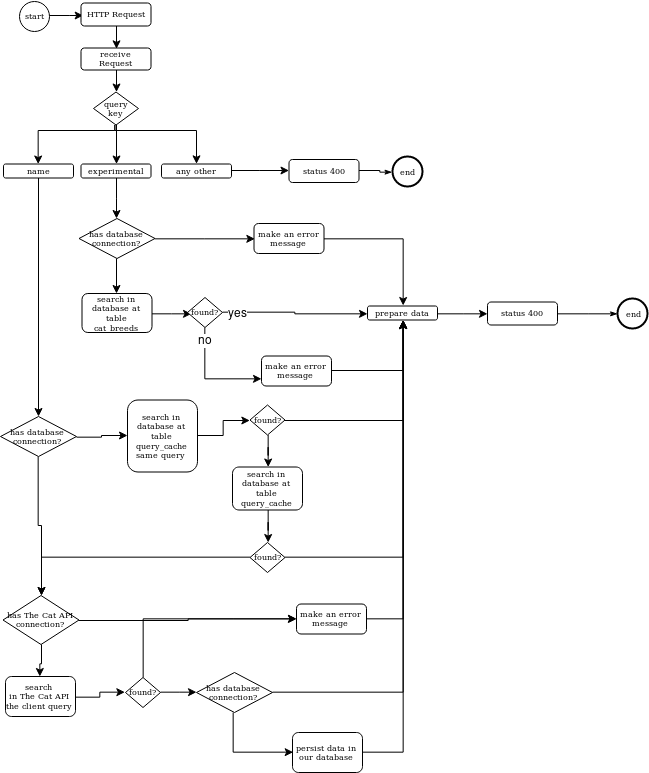
The draw.io diagram architecture/flowchart.png in raulinoneto/cat-breeds, before a commit. Source tidied: cells renumbered, new cells last; positions are measured from the earlier drawing's top-left corner, leaving out a move shared by most shapes.
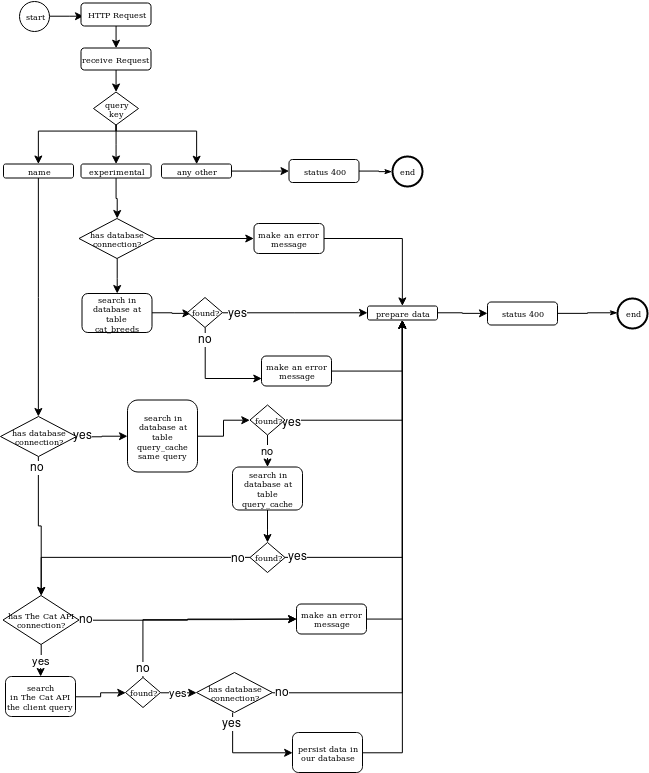
Later version of the same file.

Commit message:
changing flowchart and commenting it in readme file

Diff of the diagram source:
```diff
@@ -106,9 +106,17 @@
     <mxCell id="31" style="edgeStyle=orthogonalEdgeStyle;rounded=0;jettySize=auto;html=1;" parent="1" edge="1" source="33" target="35">
       <mxGeometry relative="1" as="geometry" />
     </mxCell>
+    <mxCell id="68" value="yes" style="text;html=1;align=center;verticalAlign=middle;labelBackgroundColor=#ffffff;" parent="31" vertex="1">
+      <mxGeometry y="19" relative="1" as="geometry">
+        <mxPoint x="-19" y="18" as="offset" />
+      </mxGeometry>
+    </mxCell>
     <mxCell id="32" style="edgeStyle=orthogonalEdgeStyle;rounded=0;jettySize=auto;html=1;" parent="1" edge="1" source="33" target="50">
       <mxGeometry relative="1" as="geometry" />
     </mxCell>
+    <mxCell id="69" value="no" style="text;html=1;align=center;verticalAlign=middle;labelBackgroundColor=#ffffff;" parent="32" vertex="1">
+      <mxGeometry x="-0.86" y="-1" relative="1" as="geometry" />
+    </mxCell>
     <mxCell id="33" value="has database connection?" style="strokeWidth=1;html=1;shape=mxgraph.flowchart.decision;whiteSpace=wrap;rounded=1;shadow=0;labelBackgroundColor=none;fillColor=#ffffff;fontFamily=Verdana;fontSize=8;fontColor=#000000;align=center;" parent="1" vertex="1">
       <mxGeometry y="416" width="76" height="40" as="geometry" />
     </mxCell>
@@ -121,7 +129,10 @@
     <mxCell id="36" style="edgeStyle=orthogonalEdgeStyle;rounded=0;jettySize=auto;html=1;entryX=0.5;entryY=1;entryDx=0;entryDy=0;" parent="1" edge="1" source="38" target="28">
       <mxGeometry relative="1" as="geometry" />
     </mxCell>
+    <mxCell id="70" value="yes" style="text;html=1;align=center;verticalAlign=middle;labelBackgroundColor=#ffffff;" parent="36" vertex="1">
+      <mxGeometry x="-0.93" y="-2" relative="1" as="geometry" />
+    </mxCell>
-    <mxCell id="37" style="edgeStyle=orthogonalEdgeStyle;rounded=0;jettySize=auto;html=1;" parent="1" edge="1" source="38" target="44">
+    <mxCell id="37" value="no" style="edgeStyle=orthogonalEdgeStyle;rounded=0;jettySize=auto;html=1;" parent="1" edge="1" source="38" target="44">
       <mxGeometry relative="1" as="geometry" />
     </mxCell>
     <mxCell id="38" value="found?" style="strokeWidth=1;html=1;shape=mxgraph.flowchart.decision;whiteSpace=wrap;rounded=1;shadow=0;labelBackgroundColor=none;fillColor=#ffffff;fontFamily=Verdana;fontSize=8;fontColor=#000000;align=center;" parent="1" vertex="1">
@@ -148,18 +159,29 @@
     <mxCell id="45" style="edgeStyle=orthogonalEdgeStyle;rounded=0;jettySize=auto;html=1;entryX=0.5;entryY=0;entryDx=0;entryDy=0;entryPerimeter=0;" parent="1" edge="1" source="47" target="50">
       <mxGeometry relative="1" as="geometry" />
     </mxCell>
+    <mxCell id="71" value="no" style="text;html=1;align=center;verticalAlign=middle;labelBackgroundColor=#ffffff;" parent="45" vertex="1">
+      <mxGeometry x="-0.91" y="1" relative="1" as="geometry" />
+    </mxCell>
     <mxCell id="46" style="edgeStyle=orthogonalEdgeStyle;rounded=0;jettySize=auto;html=1;entryX=0.5;entryY=1;entryDx=0;entryDy=0;" parent="1" edge="1" source="47" target="28">
       <mxGeometry relative="1" as="geometry" />
     </mxCell>
+    <mxCell id="72" value="yes" style="text;html=1;align=center;verticalAlign=middle;labelBackgroundColor=#ffffff;" parent="46" vertex="1">
+      <mxGeometry x="-0.93" y="1" relative="1" as="geometry" />
+    </mxCell>
     <mxCell id="47" value="found?" style="strokeWidth=1;html=1;shape=mxgraph.flowchart.decision;whiteSpace=wrap;rounded=1;shadow=0;labelBackgroundColor=none;fillColor=#ffffff;fontFamily=Verdana;fontSize=8;fontColor=#000000;align=center;" parent="1" vertex="1">
       <mxGeometry x="249.5" y="542" width="35" height="30" as="geometry" />
     </mxCell>
-    <mxCell id="48" style="edgeStyle=orthogonalEdgeStyle;rounded=0;jettySize=auto;html=1;" parent="1" edge="1" source="50" target="57">
+    <mxCell id="48" value="yes" style="edgeStyle=orthogonalEdgeStyle;rounded=0;jettySize=auto;html=1;" parent="1" edge="1" source="50" target="57">
       <mxGeometry relative="1" as="geometry" />
     </mxCell>
     <mxCell id="49" style="edgeStyle=orthogonalEdgeStyle;rounded=0;jettySize=auto;html=1;entryX=0;entryY=0.5;entryDx=0;entryDy=0;" parent="1" edge="1" source="50" target="62">
       <mxGeometry relative="1" as="geometry" />
     </mxCell>
+    <mxCell id="73" value="no" style="text;html=1;align=center;verticalAlign=middle;labelBackgroundColor=#ffffff;" parent="49" vertex="1">
+      <mxGeometry y="101" relative="1" as="geometry">
+        <mxPoint x="-101" y="101" as="offset" />
+      </mxGeometry>
+    </mxCell>
     <mxCell id="50" value="has The Cat API connection?" style="strokeWidth=1;html=1;shape=mxgraph.flowchart.decision;whiteSpace=wrap;rounded=1;shadow=0;labelBackgroundColor=none;fillColor=#ffffff;fontFamily=Verdana;fontSize=8;fontColor=#000000;align=center;" parent="1" vertex="1">
       <mxGeometry x="2.5" y="595" width="76" height="49" as="geometry" />
     </mxCell>
@@ -184,7 +206,7 @@
     <mxCell id="57" value="&lt;div&gt;search &lt;br&gt;&lt;/div&gt;&lt;div&gt;in The Cat API&lt;/div&gt;&lt;div&gt;the client query&lt;br&gt;&lt;/div&gt;" style="rounded=1;whiteSpace=wrap;html=1;shadow=0;labelBackgroundColor=none;strokeColor=#000000;strokeWidth=1;fillColor=#ffffff;fontFamily=Verdana;fontSize=8;fontColor=#000000;align=center;" parent="1" vertex="1">
       <mxGeometry x="5" y="676" width="70" height="40" as="geometry" />
     </mxCell>
-    <mxCell id="58" style="edgeStyle=orthogonalEdgeStyle;rounded=0;jettySize=auto;html=1;entryX=0;entryY=0.5;entryDx=0;entryDy=0;entryPerimeter=0;" parent="1" edge="1" source="60" target="67">
+    <mxCell id="58" value="yes" style="edgeStyle=orthogonalEdgeStyle;rounded=0;jettySize=auto;html=1;entryX=0;entryY=0.5;entryDx=0;entryDy=0;entryPerimeter=0;" parent="1" edge="1" source="60" target="67">
       <mxGeometry relative="1" as="geometry" />
     </mxCell>
     <mxCell id="59" style="edgeStyle=orthogonalEdgeStyle;rounded=0;jettySize=auto;html=1;entryX=0;entryY=0.5;entryDx=0;entryDy=0;" parent="1" edge="1" source="60" target="62">
@@ -195,6 +217,9 @@
         </Array>
       </mxGeometry>
     </mxCell>
+    <mxCell id="74" value="no" style="text;html=1;align=center;verticalAlign=middle;labelBackgroundColor=#ffffff;" parent="59" vertex="1">
+      <mxGeometry x="-0.91" relative="1" as="geometry" />
+    </mxCell>
     <mxCell id="60" value="found?" style="strokeWidth=1;html=1;shape=mxgraph.flowchart.decision;whiteSpace=wrap;rounded=1;shadow=0;labelBackgroundColor=none;fillColor=#ffffff;fontFamily=Verdana;fontSize=8;fontColor=#000000;align=center;" parent="1" vertex="1">
       <mxGeometry x="125" y="677" width="35" height="30" as="geometry" />
     </mxCell>
@@ -217,9 +242,15 @@
         </Array>
       </mxGeometry>
     </mxCell>
+    <mxCell id="75" value="yes" style="text;html=1;align=center;verticalAlign=middle;labelBackgroundColor=#ffffff;" parent="65" vertex="1">
+      <mxGeometry x="-0.78" y="-1" relative="1" as="geometry" />
+    </mxCell>
     <mxCell id="66" style="edgeStyle=orthogonalEdgeStyle;rounded=0;jettySize=auto;html=1;" parent="1" edge="1" source="67" target="28">
       <mxGeometry relative="1" as="geometry" />
     </mxCell>
+    <mxCell id="76" value="no" style="text;html=1;align=center;verticalAlign=middle;labelBackgroundColor=#ffffff;" parent="66" vertex="1">
+      <mxGeometry x="-0.96" y="1" relative="1" as="geometry" />
+    </mxCell>
     <mxCell id="67" value="has database connection?" style="strokeWidth=1;html=1;shape=mxgraph.flowchart.decision;whiteSpace=wrap;rounded=1;shadow=0;labelBackgroundColor=none;fillColor=#ffffff;fontFamily=Verdana;fontSize=8;fontColor=#000000;align=center;" parent="1" vertex="1">
       <mxGeometry x="196" y="672" width="76" height="40" as="geometry" />
     </mxCell>
```
